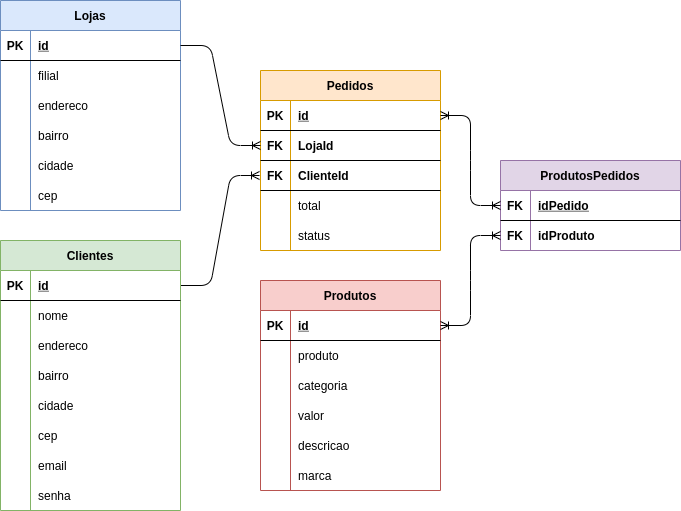
saalua/luizacode-omnichannel keeps this draw.io diagram as Diagram.png. Above is the earlier version. Source tidied: cells renumbered, new cells last; positions are measured from the earlier drawing's top-left corner, leaving out a move shared by most shapes.
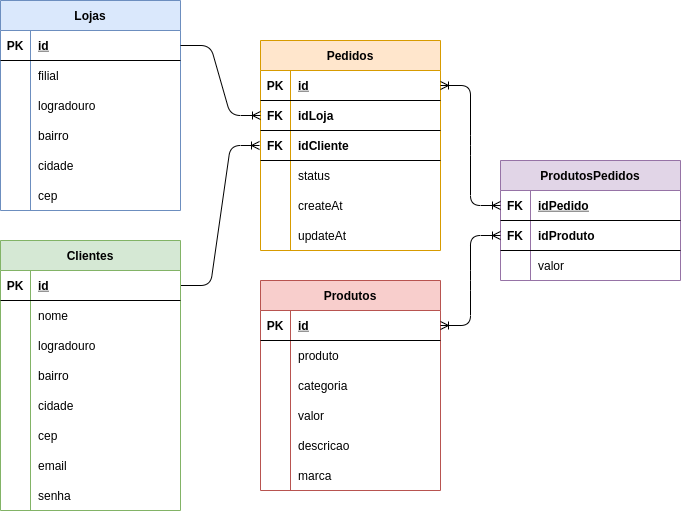
After the commit.

Diff of the diagram source:
```diff
@@ -29,7 +29,7 @@
     <mxCell id="10" style="shape=partialRectangle;fillColor=none;top=0;left=0;bottom=0;right=0;overflow=hidden;" parent="9" vertex="1">
       <mxGeometry width="30" height="30" as="geometry" />
     </mxCell>
-    <mxCell id="11" value="endereco" style="shape=partialRectangle;fillColor=none;top=0;left=0;bottom=0;right=0;align=left;spacingLeft=6;overflow=hidden;" parent="9" vertex="1">
+    <mxCell id="11" value="logradouro" style="shape=partialRectangle;fillColor=none;top=0;left=0;bottom=0;right=0;align=left;spacingLeft=6;overflow=hidden;" parent="9" vertex="1">
       <mxGeometry x="30" width="150" height="30" as="geometry" />
     </mxCell>
     <mxCell id="12" style="shape=partialRectangle;fillColor=none;top=0;left=0;bottom=0;right=0;" parent="2" vertex="1">
@@ -60,7 +60,7 @@
       <mxGeometry x="30" width="150" height="30" as="geometry" />
     </mxCell>
     <mxCell id="21" value="Pedidos" style="shape=table;startSize=30;rowLines=0;fontStyle=1;align=center;fillColor=#ffe6cc;strokeColor=#d79b00;" parent="1" vertex="1">
-      <mxGeometry x="260" y="70" width="180" height="180" as="geometry" />
+      <mxGeometry x="260" y="40" width="180" height="210" as="geometry" />
     </mxCell>
     <mxCell id="22" style="shape=partialRectangle;fillColor=none;top=0;left=0;bottom=1;right=0;points=[[0,0.5],[1,0.5]];portConstraint=eastwest;" parent="21" vertex="1">
       <mxGeometry y="30" width="180" height="30" as="geometry" />
@@ -77,7 +77,7 @@
     <mxCell id="26" value="FK" style="shape=partialRectangle;fillColor=none;top=0;left=0;bottom=0;right=0;overflow=hidden;fontStyle=1;" parent="25" vertex="1">
       <mxGeometry width="30" height="30" as="geometry" />
     </mxCell>
-    <mxCell id="27" value="LojaId" style="shape=partialRectangle;fillColor=none;top=0;left=0;bottom=0;right=0;align=left;spacingLeft=6;overflow=hidden;fontStyle=1;" parent="25" vertex="1">
+    <mxCell id="27" value="idLoja" style="shape=partialRectangle;fillColor=none;top=0;left=0;bottom=0;right=0;align=left;spacingLeft=6;overflow=hidden;fontStyle=1;" parent="25" vertex="1">
       <mxGeometry x="30" width="150" height="30" as="geometry" />
     </mxCell>
     <mxCell id="28" style="shape=partialRectangle;fillColor=none;top=0;left=0;bottom=1;right=0;points=[[0,0.5],[1,0.5]];portConstraint=eastwest;perimeterSpacing=1;" parent="21" vertex="1">
@@ -86,20 +86,11 @@
     <mxCell id="29" value="FK" style="shape=partialRectangle;fillColor=none;top=0;left=0;bottom=0;right=0;overflow=hidden;fontStyle=1;" parent="28" vertex="1">
       <mxGeometry width="30" height="30" as="geometry" />
     </mxCell>
-    <mxCell id="30" value="ClienteId" style="shape=partialRectangle;fillColor=none;top=0;left=0;bottom=0;right=0;align=left;spacingLeft=6;overflow=hidden;fontStyle=1;" parent="28" vertex="1">
+    <mxCell id="30" value="idCliente" style="shape=partialRectangle;fillColor=none;top=0;left=0;bottom=0;right=0;align=left;spacingLeft=6;overflow=hidden;fontStyle=1;" parent="28" vertex="1">
       <mxGeometry x="30" width="150" height="30" as="geometry" />
     </mxCell>
-    <mxCell id="31" style="shape=partialRectangle;fillColor=none;top=0;left=0;bottom=0;right=0;" parent="21" vertex="1">
-      <mxGeometry y="120" width="180" height="30" as="geometry" />
-    </mxCell>
-    <mxCell id="32" style="shape=partialRectangle;fillColor=none;top=0;left=0;bottom=0;right=0;overflow=hidden;" parent="31" vertex="1">
-      <mxGeometry width="30" height="30" as="geometry" />
-    </mxCell>
-    <mxCell id="33" value="total" style="shape=partialRectangle;fillColor=none;top=0;left=0;bottom=0;right=0;align=left;spacingLeft=6;overflow=hidden;" parent="31" vertex="1">
-      <mxGeometry x="30" width="150" height="30" as="geometry" />
-    </mxCell>
     <mxCell id="34" style="shape=partialRectangle;fillColor=none;top=0;left=0;bottom=0;right=0;" parent="21" vertex="1">
-      <mxGeometry y="150" width="180" height="30" as="geometry" />
+      <mxGeometry y="120" width="180" height="30" as="geometry" />
     </mxCell>
     <mxCell id="35" style="shape=partialRectangle;fillColor=none;top=0;left=0;bottom=0;right=0;overflow=hidden;" parent="34" vertex="1">
       <mxGeometry width="30" height="30" as="geometry" />
@@ -107,6 +98,24 @@
     <mxCell id="36" value="status" style="shape=partialRectangle;fillColor=none;top=0;left=0;bottom=0;right=0;align=left;spacingLeft=6;overflow=hidden;" parent="34" vertex="1">
       <mxGeometry x="30" width="150" height="30" as="geometry" />
     </mxCell>
+    <mxCell id="92" style="shape=partialRectangle;fillColor=none;top=0;left=0;bottom=0;right=0;" parent="21" vertex="1">
+      <mxGeometry y="150" width="180" height="30" as="geometry" />
+    </mxCell>
+    <mxCell id="93" style="shape=partialRectangle;fillColor=none;top=0;left=0;bottom=0;right=0;overflow=hidden;" parent="92" vertex="1">
+      <mxGeometry width="30" height="30" as="geometry" />
+    </mxCell>
+    <mxCell id="94" value="createAt" style="shape=partialRectangle;fillColor=none;top=0;left=0;bottom=0;right=0;align=left;spacingLeft=6;overflow=hidden;" parent="92" vertex="1">
+      <mxGeometry x="30" width="150" height="30" as="geometry" />
+    </mxCell>
+    <mxCell id="95" style="shape=partialRectangle;fillColor=none;top=0;left=0;bottom=0;right=0;" parent="21" vertex="1">
+      <mxGeometry y="180" width="180" height="30" as="geometry" />
+    </mxCell>
+    <mxCell id="96" style="shape=partialRectangle;fillColor=none;top=0;left=0;bottom=0;right=0;overflow=hidden;" parent="95" vertex="1">
+      <mxGeometry width="30" height="30" as="geometry" />
+    </mxCell>
+    <mxCell id="97" value="updateAt" style="shape=partialRectangle;fillColor=none;top=0;left=0;bottom=0;right=0;align=left;spacingLeft=6;overflow=hidden;" parent="95" vertex="1">
+      <mxGeometry x="30" width="150" height="30" as="geometry" />
+    </mxCell>
     <mxCell id="37" style="edgeStyle=entityRelationEdgeStyle;fontSize=12;html=1;endArrow=ERoneToMany;" parent="1" edge="1" source="39" target="28">
       <mxGeometry relative="1" as="geometry" />
     </mxCell>
@@ -137,7 +146,7 @@
     <mxCell id="46" style="shape=partialRectangle;fillColor=none;top=0;left=0;bottom=0;right=0;overflow=hidden;" parent="45" vertex="1">
       <mxGeometry width="30" height="30" as="geometry" />
     </mxCell>
-    <mxCell id="47" value="endereco" style="shape=partialRectangle;fillColor=none;top=0;left=0;bottom=0;right=0;align=left;spacingLeft=6;overflow=hidden;" parent="45" vertex="1">
+    <mxCell id="47" value="logradouro" style="shape=partialRectangle;fillColor=none;top=0;left=0;bottom=0;right=0;align=left;spacingLeft=6;overflow=hidden;" parent="45" vertex="1">
       <mxGeometry x="30" width="150" height="30" as="geometry" />
     </mxCell>
     <mxCell id="48" style="shape=partialRectangle;fillColor=none;top=0;left=0;bottom=0;right=0;" parent="38" vertex="1">
@@ -189,7 +198,7 @@
       <mxGeometry relative="1" as="geometry" />
     </mxCell>
     <mxCell id="64" value="ProdutosPedidos" style="shape=table;startSize=30;rowLines=0;fontStyle=1;align=center;fillColor=#e1d5e7;strokeColor=#9673a6;" parent="1" vertex="1">
-      <mxGeometry x="500" y="160" width="180" height="90" as="geometry" />
+      <mxGeometry x="500" y="160" width="180" height="120" as="geometry" />
     </mxCell>
     <mxCell id="65" style="shape=partialRectangle;fillColor=none;top=0;left=0;bottom=1;right=0;points=[[0,0.5],[1,0.5]];portConstraint=eastwest;" parent="64" vertex="1">
       <mxGeometry y="30" width="180" height="30" as="geometry" />
@@ -200,7 +209,7 @@
     <mxCell id="67" value="idPedido" style="shape=partialRectangle;fillColor=none;top=0;left=0;bottom=0;right=0;align=left;spacingLeft=6;fontStyle=5;overflow=hidden;" parent="65" vertex="1">
       <mxGeometry x="30" width="150" height="30" as="geometry" />
     </mxCell>
-    <mxCell id="68" style="shape=partialRectangle;fillColor=none;top=0;left=0;bottom=0;right=0;points=[[0,0.5],[1,0.5]];portConstraint=eastwest;fontStyle=1;" parent="64" vertex="1">
+    <mxCell id="68" style="shape=partialRectangle;fillColor=none;top=0;left=0;bottom=1;right=0;points=[[0,0.5],[1,0.5]];portConstraint=eastwest;fontStyle=1;labelBorderColor=#000000;" parent="64" vertex="1">
       <mxGeometry y="60" width="180" height="30" as="geometry" />
     </mxCell>
     <mxCell id="69" value="FK" style="shape=partialRectangle;fillColor=none;top=0;left=0;bottom=0;right=0;overflow=hidden;fontStyle=1;" parent="68" vertex="1">
@@ -209,6 +218,15 @@
     <mxCell id="70" value="idProduto" style="shape=partialRectangle;fillColor=none;top=0;left=0;bottom=0;right=0;align=left;spacingLeft=6;overflow=hidden;fontStyle=1;" parent="68" vertex="1">
       <mxGeometry x="30" width="150" height="30" as="geometry" />
     </mxCell>
+    <mxCell id="98" style="shape=partialRectangle;fillColor=none;top=0;left=0;bottom=0;right=0;fontStyle=1;" parent="64" vertex="1">
+      <mxGeometry y="90" width="180" height="30" as="geometry" />
+    </mxCell>
+    <mxCell id="99" style="shape=partialRectangle;fillColor=none;top=0;left=0;bottom=0;right=0;overflow=hidden;fontStyle=1;" parent="98" vertex="1">
+      <mxGeometry width="30" height="30" as="geometry" />
+    </mxCell>
+    <mxCell id="100" value="valor" style="shape=partialRectangle;fillColor=none;top=0;left=0;bottom=0;right=0;align=left;spacingLeft=6;overflow=hidden;fontStyle=0;" parent="98" vertex="1">
+      <mxGeometry x="30" width="150" height="30" as="geometry" />
+    </mxCell>
     <mxCell id="71" value="Produtos" style="shape=table;startSize=30;rowLines=0;fontStyle=1;align=center;fillColor=#f8cecc;strokeColor=#b85450;" parent="1" vertex="1">
       <mxGeometry x="260" y="280" width="180" height="210" as="geometry" />
     </mxCell>
```
